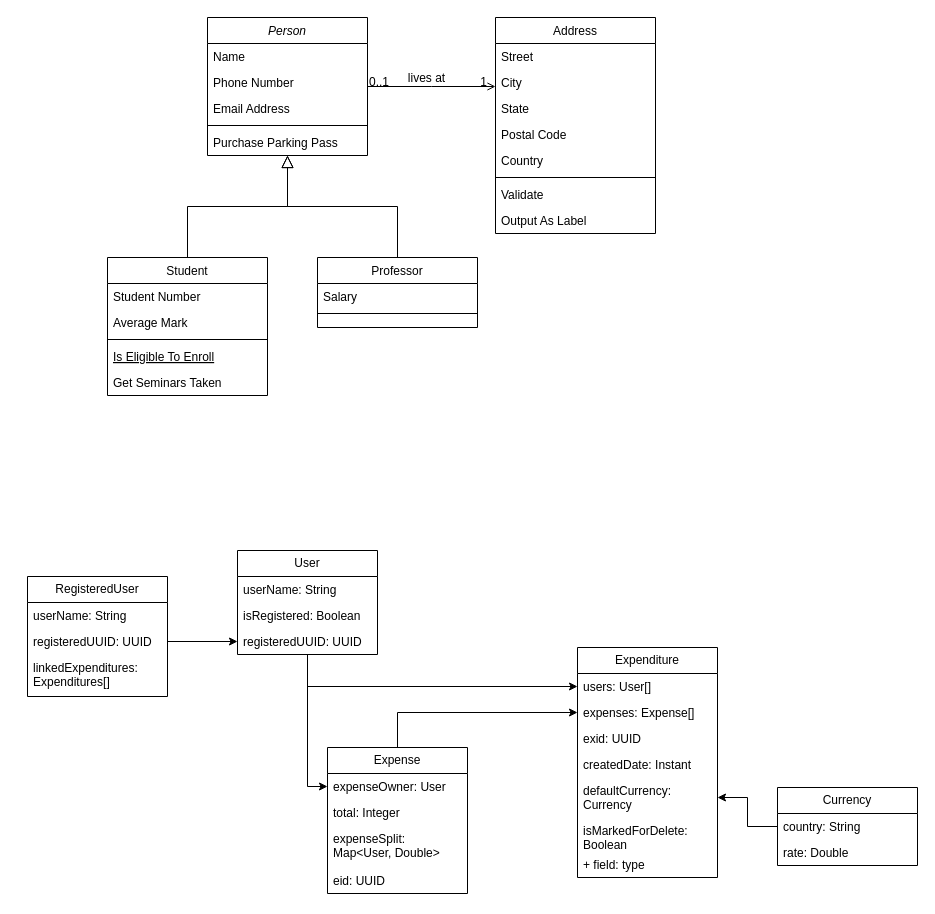
The draw.io diagram PPM Class Diagram.drawio in al-uminium/pmb-backend, before the edit. Source tidied: cells renumbered, new cells numbered last; positions are measured from the earlier drawing's top-left corner, leaving out a move shared by most shapes. Both pictures are drawn from the tidied source at 100%, with x=0, y=0 at pixel (27, 17).
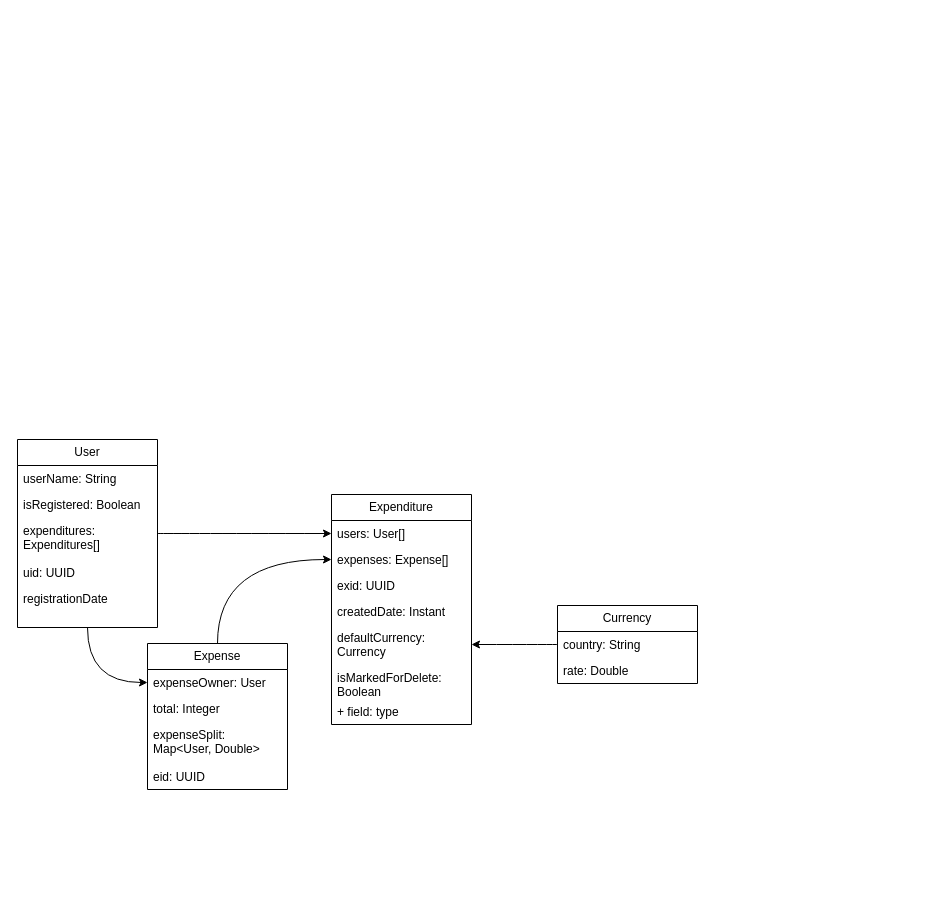
The same page after the edit.

The change refers to these unchanged cells:
```xml
<mxCell id="33" value="users: User[]" style="text;strokeColor=none;fillColor=none;align=left;verticalAlign=top;spacingLeft=4;spacingRight=4;overflow=hidden;points=[[0,0.5],[1,0.5]];portConstraint=eastwest;whiteSpace=wrap;html=1;" parent="32" vertex="1">
  <mxGeometry y="26" width="140" height="26" as="geometry" />
</mxCell>
<mxCell id="34" value="expenses: Expense[]" style="text;strokeColor=none;fillColor=none;align=left;verticalAlign=top;spacingLeft=4;spacingRight=4;overflow=hidden;points=[[0,0.5],[1,0.5]];portConstraint=eastwest;whiteSpace=wrap;html=1;" parent="32" vertex="1">
  <mxGeometry y="52" width="140" height="26" as="geometry" />
</mxCell>
<mxCell id="37" value="defaultCurrency: Currency" style="text;strokeColor=none;fillColor=none;align=left;verticalAlign=top;spacingLeft=4;spacingRight=4;overflow=hidden;points=[[0,0.5],[1,0.5]];portConstraint=eastwest;whiteSpace=wrap;html=1;" parent="32" vertex="1">
  <mxGeometry y="130" width="140" height="40" as="geometry" />
</mxCell>
<mxCell id="48" value="expenseOwner: User" style="text;strokeColor=none;fillColor=none;align=left;verticalAlign=top;spacingLeft=4;spacingRight=4;overflow=hidden;points=[[0,0.5],[1,0.5]];portConstraint=eastwest;whiteSpace=wrap;html=1;" parent="47" vertex="1">
  <mxGeometry y="26" width="140" height="26" as="geometry" />
</mxCell>
```

Change to the diagram source:
```diff
@@
-    <mxCell id="2" value="Person" style="swimlane;fontStyle=2;align=center;verticalAlign=top;horizontal=1;startSize=26;rounded=0;shadow=0;strokeWidth=1;" parent="1" vertex="1">
-      <mxGeometry x="180" width="160" height="138" as="geometry" />
-    </mxCell>
-    <mxCell id="3" value="Name" style="text;align=left;verticalAlign=top;spacingLeft=4;spacingRight=4;overflow=hidden;" parent="2" vertex="1">
-      <mxGeometry y="26" width="160" height="26" as="geometry" />
-    </mxCell>
-    <mxCell id="4" value="Phone Number" style="text;align=left;verticalAlign=top;spacingLeft=4;spacingRight=4;overflow=hidden;rounded=0;shadow=0;html=0;" parent="2" vertex="1">
-      <mxGeometry y="52" width="160" height="26" as="geometry" />
-    </mxCell>
-    <mxCell id="5" value="Email Address" style="text;align=left;verticalAlign=top;spacingLeft=4;spacingRight=4;overflow=hidden;rounded=0;shadow=0;html=0;" parent="2" vertex="1">
-      <mxGeometry y="78" width="160" height="26" as="geometry" />
-    </mxCell>
-    <mxCell id="6" style="line;html=1;strokeWidth=1;align=left;verticalAlign=middle;spacingTop=-1;spacingLeft=3;spacingRight=3;labelPosition=right;" parent="2" vertex="1">
-      <mxGeometry y="104" width="160" height="8" as="geometry" />
-    </mxCell>
-    <mxCell id="7" value="Purchase Parking Pass" style="text;align=left;verticalAlign=top;spacingLeft=4;spacingRight=4;overflow=hidden;" parent="2" vertex="1">
-      <mxGeometry y="112" width="160" height="26" as="geometry" />
-    </mxCell>
-    <mxCell id="8" value="Student" style="swimlane;fontStyle=0;align=center;verticalAlign=top;horizontal=1;startSize=26;rounded=0;shadow=0;strokeWidth=1;" parent="1" vertex="1">
-      <mxGeometry x="80" y="240" width="160" height="138" as="geometry" />
-    </mxCell>
-    <mxCell id="9" value="Student Number" style="text;align=left;verticalAlign=top;spacingLeft=4;spacingRight=4;overflow=hidden;" parent="8" vertex="1">
-      <mxGeometry y="26" width="160" height="26" as="geometry" />
-    </mxCell>
-    <mxCell id="10" value="Average Mark" style="text;align=left;verticalAlign=top;spacingLeft=4;spacingRight=4;overflow=hidden;rounded=0;shadow=0;html=0;" parent="8" vertex="1">
-      <mxGeometry y="52" width="160" height="26" as="geometry" />
-    </mxCell>
-    <mxCell id="11" style="line;html=1;strokeWidth=1;align=left;verticalAlign=middle;spacingTop=-1;spacingLeft=3;spacingRight=3;labelPosition=right;" parent="8" vertex="1">
-      <mxGeometry y="78" width="160" height="8" as="geometry" />
-    </mxCell>
-    <mxCell id="12" value="Is Eligible To Enroll" style="text;align=left;verticalAlign=top;spacingLeft=4;spacingRight=4;overflow=hidden;fontStyle=4;" parent="8" vertex="1">
-      <mxGeometry y="86" width="160" height="26" as="geometry" />
-    </mxCell>
-    <mxCell id="13" value="Get Seminars Taken" style="text;align=left;verticalAlign=top;spacingLeft=4;spacingRight=4;overflow=hidden;" parent="8" vertex="1">
-      <mxGeometry y="112" width="160" height="26" as="geometry" />
-    </mxCell>
-    <mxCell id="14" style="endArrow=block;endSize=10;endFill=0;shadow=0;strokeWidth=1;rounded=0;curved=0;edgeStyle=elbowEdgeStyle;elbow=vertical;" parent="1" edge="1" source="8" target="2">
-      <mxGeometry relative="1" as="geometry" />
-    </mxCell>
-    <mxCell id="15" value="Professor" style="swimlane;fontStyle=0;align=center;verticalAlign=top;horizontal=1;startSize=26;rounded=0;shadow=0;strokeWidth=1;" parent="1" vertex="1">
-      <mxGeometry x="290" y="240" width="160" height="70" as="geometry" />
-    </mxCell>
-    <mxCell id="16" value="Salary" style="text;align=left;verticalAlign=top;spacingLeft=4;spacingRight=4;overflow=hidden;" parent="15" vertex="1">
-      <mxGeometry y="26" width="160" height="26" as="geometry" />
-    </mxCell>
-    <mxCell id="17" style="line;html=1;strokeWidth=1;align=left;verticalAlign=middle;spacingTop=-1;spacingLeft=3;spacingRight=3;labelPosition=right;" parent="15" vertex="1">
-      <mxGeometry y="52" width="160" height="8" as="geometry" />
-    </mxCell>
-    <mxCell id="18" style="endArrow=block;endSize=10;endFill=0;shadow=0;strokeWidth=1;rounded=0;curved=0;edgeStyle=elbowEdgeStyle;elbow=vertical;" parent="1" edge="1" source="15" target="2">
-      <mxGeometry relative="1" as="geometry" />
-    </mxCell>
-    <mxCell id="19" value="Address" style="swimlane;fontStyle=0;align=center;verticalAlign=top;horizontal=1;startSize=26;rounded=0;shadow=0;strokeWidth=1;" parent="1" vertex="1">
-      <mxGeometry x="468" width="160" height="216" as="geometry" />
-    </mxCell>
-    <mxCell id="20" value="Street" style="text;align=left;verticalAlign=top;spacingLeft=4;spacingRight=4;overflow=hidden;" parent="19" vertex="1">
-      <mxGeometry y="26" width="160" height="26" as="geometry" />
-    </mxCell>
-    <mxCell id="21" value="City" style="text;align=left;verticalAlign=top;spacingLeft=4;spacingRight=4;overflow=hidden;rounded=0;shadow=0;html=0;" parent="19" vertex="1">
-      <mxGeometry y="52" width="160" height="26" as="geometry" />
-    </mxCell>
-    <mxCell id="22" value="State" style="text;align=left;verticalAlign=top;spacingLeft=4;spacingRight=4;overflow=hidden;rounded=0;shadow=0;html=0;" parent="19" vertex="1">
-      <mxGeometry y="78" width="160" height="26" as="geometry" />
-    </mxCell>
-    <mxCell id="23" value="Postal Code" style="text;align=left;verticalAlign=top;spacingLeft=4;spacingRight=4;overflow=hidden;rounded=0;shadow=0;html=0;" parent="19" vertex="1">
-      <mxGeometry y="104" width="160" height="26" as="geometry" />
-    </mxCell>
-    <mxCell id="24" value="Country" style="text;align=left;verticalAlign=top;spacingLeft=4;spacingRight=4;overflow=hidden;rounded=0;shadow=0;html=0;" parent="19" vertex="1">
-      <mxGeometry y="130" width="160" height="26" as="geometry" />
-    </mxCell>
-    <mxCell id="25" style="line;html=1;strokeWidth=1;align=left;verticalAlign=middle;spacingTop=-1;spacingLeft=3;spacingRight=3;labelPosition=right;" parent="19" vertex="1">
-      <mxGeometry y="156" width="160" height="8" as="geometry" />
-    </mxCell>
-    <mxCell id="26" value="Validate" style="text;align=left;verticalAlign=top;spacingLeft=4;spacingRight=4;overflow=hidden;" parent="19" vertex="1">
-      <mxGeometry y="164" width="160" height="26" as="geometry" />
-    </mxCell>
-    <mxCell id="27" value="Output As Label" style="text;align=left;verticalAlign=top;spacingLeft=4;spacingRight=4;overflow=hidden;" parent="19" vertex="1">
-      <mxGeometry y="190" width="160" height="26" as="geometry" />
-    </mxCell>
-    <mxCell id="28" style="endArrow=open;shadow=0;strokeWidth=1;rounded=0;curved=0;endFill=1;edgeStyle=elbowEdgeStyle;elbow=vertical;" parent="1" edge="1" source="2" target="19">
-      <mxGeometry x="0.5" y="41" relative="1" as="geometry">
-        <mxPoint x="-40" y="32" as="offset" />
-      </mxGeometry>
-    </mxCell>
-    <mxCell id="29" value="0..1" style="align=left;verticalAlign=bottom;labelBackgroundColor=none;fontSize=12;" parent="28" vertex="1">
-      <mxGeometry x="-1" relative="1" as="geometry">
-        <mxPoint y="4" as="offset" />
-      </mxGeometry>
-    </mxCell>
-    <mxCell id="30" value="1" style="align=right;verticalAlign=bottom;labelBackgroundColor=none;fontSize=12;" parent="28" vertex="1">
-      <mxGeometry x="1" relative="1" as="geometry">
-        <mxPoint x="-7" y="4" as="offset" />
-      </mxGeometry>
-    </mxCell>
-    <mxCell id="31" value="lives at" style="text;html=1;align=center;verticalAlign=middle;labelBackgroundColor=none;rounded=0;shadow=0;strokeWidth=1;fontSize=12;" parent="28" vertex="1">
-      <mxGeometry x="0.5" y="49" relative="1" as="geometry">
-        <mxPoint x="-38" y="40" as="offset" />
-      </mxGeometry>
-    </mxCell>
     <mxCell id="32" value="Expenditure" style="swimlane;fontStyle=0;horizontal=1;startSize=26;fillColor=none;whiteSpace=wrap;html=1;" parent="1" vertex="1">
-      <mxGeometry x="550" y="630" width="140" height="230" as="geometry" />
+      <mxGeometry x="304" y="477" width="140" height="230" as="geometry" />
     </mxCell>
@@
-    <mxCell id="40" style="edgeStyle=orthogonalEdgeStyle;rounded=0;jettySize=auto;html=1;entryX=0;entryY=0.5;entryDx=0;entryDy=0;" parent="1" edge="1" source="42" target="33">
+    <mxCell id="40" style="edgeStyle=orthogonalEdgeStyle;rounded=0;jettySize=auto;html=1;entryX=0;entryY=0.5;entryDx=0;entryDy=0;curved=1;" parent="1" edge="1" source="42" target="33">
       <mxGeometry relative="1" as="geometry" />
     </mxCell>
-    <mxCell id="41" style="edgeStyle=orthogonalEdgeStyle;rounded=0;jettySize=auto;html=1;entryX=0;entryY=0.5;entryDx=0;entryDy=0;" parent="1" edge="1" source="42" target="48">
+    <mxCell id="41" style="edgeStyle=orthogonalEdgeStyle;rounded=0;jettySize=auto;html=1;entryX=0;entryY=0.5;entryDx=0;entryDy=0;curved=1;" parent="1" edge="1" source="42" target="48">
       <mxGeometry relative="1" as="geometry" />
     </mxCell>
     <mxCell id="42" value="User" style="swimlane;fontStyle=0;horizontal=1;startSize=26;fillColor=none;whiteSpace=wrap;html=1;" parent="1" vertex="1">
-      <mxGeometry x="210" y="533" width="140" height="104" as="geometry" />
+      <mxGeometry x="-10" y="422" width="140" height="188" as="geometry" />
     </mxCell>
@@
+    <mxCell id="55" value="expenditures: Expenditures[]" style="text;strokeColor=none;fillColor=none;align=left;verticalAlign=top;spacingLeft=4;spacingRight=4;overflow=hidden;whiteSpace=wrap;html=1;" parent="42" vertex="1">
+      <mxGeometry y="78" width="140" height="42" as="geometry" />
+    </mxCell>
-    <mxCell id="45" value="registeredUUID: UUID" style="text;strokeColor=none;fillColor=none;align=left;verticalAlign=top;spacingLeft=4;spacingRight=4;overflow=hidden;points=[[0,0.5],[1,0.5]];portConstraint=eastwest;whiteSpace=wrap;html=1;" parent="42" vertex="1">
-      <mxGeometry y="78" width="140" height="26" as="geometry" />
+    <mxCell id="45" value="uid: UUID" style="text;strokeColor=none;fillColor=none;align=left;verticalAlign=top;spacingLeft=4;spacingRight=4;overflow=hidden;points=[[0,0.5],[1,0.5]];portConstraint=eastwest;whiteSpace=wrap;html=1;" parent="42" vertex="1">
+      <mxGeometry y="120" width="140" height="26" as="geometry" />
     </mxCell>
+    <mxCell id="61" value="registrationDate" style="text;strokeColor=none;fillColor=none;align=left;verticalAlign=top;spacingLeft=4;spacingRight=4;overflow=hidden;whiteSpace=wrap;html=1;" parent="42" vertex="1">
+      <mxGeometry y="146" width="140" height="42" as="geometry" />
+    </mxCell>
-    <mxCell id="46" style="edgeStyle=orthogonalEdgeStyle;rounded=0;jettySize=auto;html=1;entryX=0;entryY=0.5;entryDx=0;entryDy=0;" parent="1" edge="1" source="47" target="34">
+    <mxCell id="46" style="edgeStyle=orthogonalEdgeStyle;rounded=0;jettySize=auto;html=1;entryX=0;entryY=0.5;entryDx=0;entryDy=0;curved=1;" parent="1" edge="1" source="47" target="34">
       <mxGeometry relative="1" as="geometry" />
     </mxCell>
     <mxCell id="47" value="Expense" style="swimlane;fontStyle=0;horizontal=1;startSize=26;fillColor=none;whiteSpace=wrap;html=1;" parent="1" vertex="1">
-      <mxGeometry x="300" y="730" width="140" height="146" as="geometry" />
+      <mxGeometry x="120" y="626" width="140" height="146" as="geometry" />
     </mxCell>
@@
-    <mxCell id="52" value="RegisteredUser" style="swimlane;fontStyle=0;horizontal=1;startSize=26;fillColor=none;whiteSpace=wrap;html=1;" parent="1" vertex="1">
-      <mxGeometry y="559" width="140" height="120" as="geometry" />
-    </mxCell>
-    <mxCell id="53" value="userName: String" style="text;strokeColor=none;fillColor=none;align=left;verticalAlign=top;spacingLeft=4;spacingRight=4;overflow=hidden;whiteSpace=wrap;html=1;" parent="52" vertex="1">
-      <mxGeometry y="26" width="140" height="26" as="geometry" />
-    </mxCell>
-    <mxCell id="54" value="registeredUUID: UUID" style="text;strokeColor=none;fillColor=none;align=left;verticalAlign=top;spacingLeft=4;spacingRight=4;overflow=hidden;points=[[0,0.5],[1,0.5]];portConstraint=eastwest;whiteSpace=wrap;html=1;" parent="52" vertex="1">
-      <mxGeometry y="52" width="140" height="26" as="geometry" />
-    </mxCell>
-    <mxCell id="55" value="linkedExpenditures: Expenditures[]" style="text;strokeColor=none;fillColor=none;align=left;verticalAlign=top;spacingLeft=4;spacingRight=4;overflow=hidden;whiteSpace=wrap;html=1;" parent="52" vertex="1">
-      <mxGeometry y="78" width="140" height="42" as="geometry" />
-    </mxCell>
-    <mxCell id="56" style="edgeStyle=orthogonalEdgeStyle;rounded=0;jettySize=auto;html=1;" parent="1" edge="1" source="54" target="45">
-      <mxGeometry relative="1" as="geometry" />
-    </mxCell>
-    <mxCell id="57" style="edgeStyle=orthogonalEdgeStyle;rounded=0;jettySize=auto;html=1;entryX=1;entryY=0.5;entryDx=0;entryDy=0;" parent="1" edge="1" source="58" target="37">
+    <mxCell id="57" style="edgeStyle=orthogonalEdgeStyle;rounded=0;jettySize=auto;html=1;entryX=1;entryY=0.5;entryDx=0;entryDy=0;curved=1;" parent="1" edge="1" source="58" target="37">
       <mxGeometry relative="1" as="geometry" />
     </mxCell>
     <mxCell id="58" value="Currency" style="swimlane;fontStyle=0;horizontal=1;startSize=26;fillColor=none;whiteSpace=wrap;html=1;" parent="1" vertex="1">
-      <mxGeometry x="750" y="770" width="140" height="78" as="geometry" />
+      <mxGeometry x="530" y="588" width="140" height="78" as="geometry" />
     </mxCell>
```
